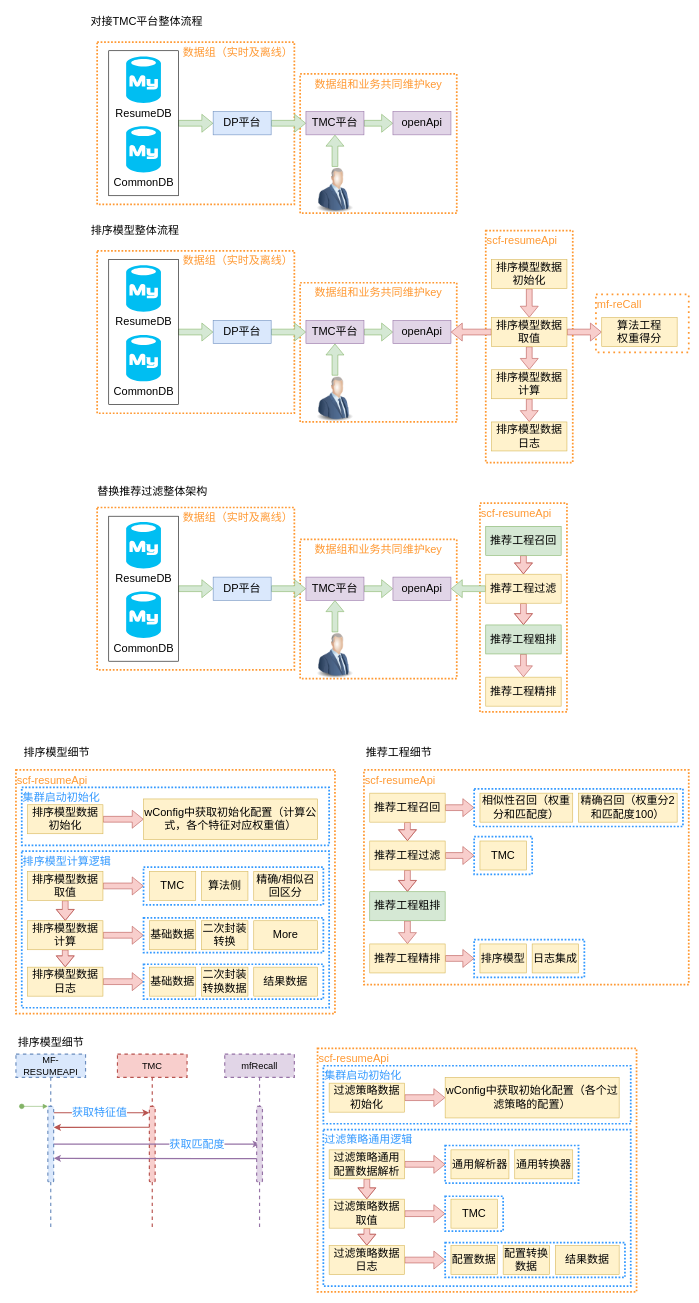
The draw.io diagram 简历打分.drawio in LuOyEbY/draw-b, before the edit. Source tidied: cells renumbered, new cells numbered last; positions are measured from the earlier drawing's top-left corner, leaving out a move shared by most shapes. Both pictures are drawn from the tidied source at 58%, with x=0, y=0 at pixel (10, 10).
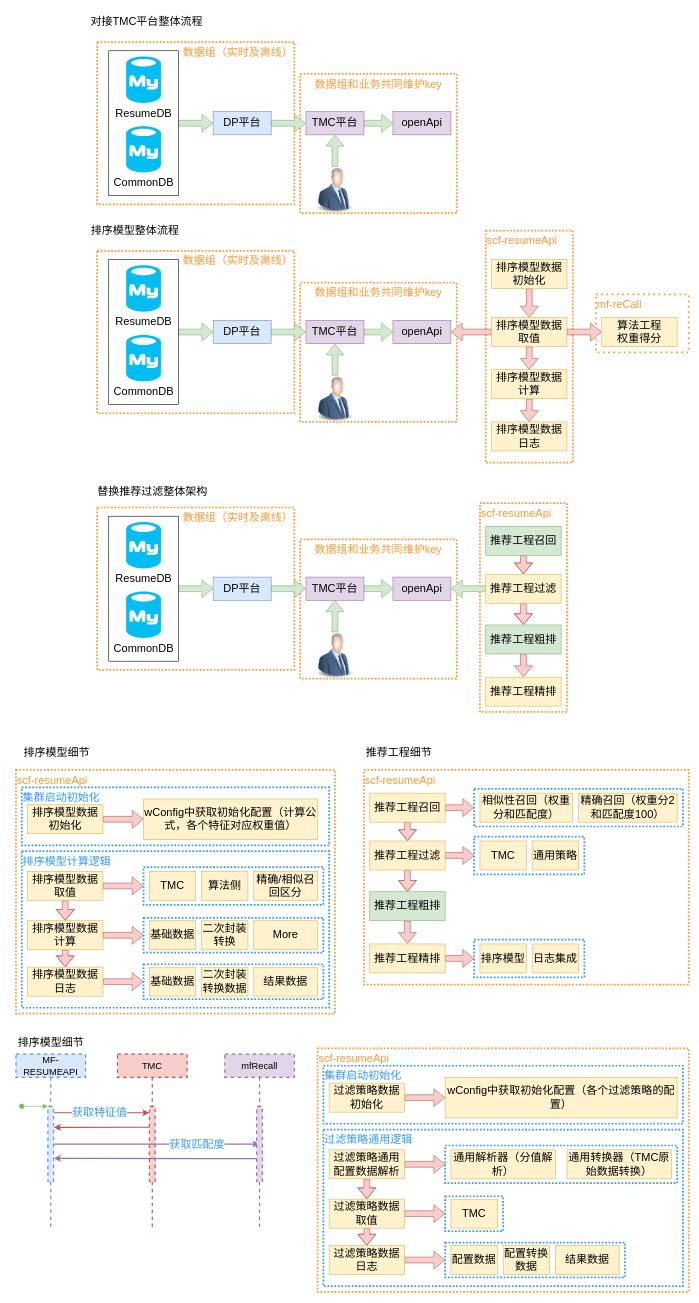
The same diagram, later.

Commit message:
更新简历打分.drawio

What changed in the source:
```diff
@@
     <mxCell id="104" style="rounded=0;whiteSpace=wrap;html=1;dashed=1;dashPattern=1 1;strokeColor=#3399FF;strokeWidth=3;fontSize=19;fontColor=#3399FF;" parent="1" vertex="1">
-      <mxGeometry x="800" y="1425" width="100" height="65" as="geometry" />
+      <mxGeometry x="800" y="1425" width="190" height="65" as="geometry" />
     </mxCell>
@@
     <mxCell id="126" value="scf-resumeApi" style="rounded=0;whiteSpace=wrap;html=1;fontSize=19;dashed=1;dashPattern=1 1;strokeWidth=3;strokeColor=#FF9933;align=left;verticalAlign=top;fontColor=#FF9933;" parent="1" vertex="1">
-      <mxGeometry x="530" y="1790" width="550" height="420" as="geometry" />
+      <mxGeometry x="530" y="1790" width="640" height="420" as="geometry" />
     </mxCell>
     <mxCell id="127" value="过滤策略通用逻辑" style="rounded=0;whiteSpace=wrap;html=1;dashed=1;dashPattern=1 1;strokeColor=#3399FF;strokeWidth=3;fontSize=19;fontColor=#3399FF;align=left;verticalAlign=top;" parent="1" vertex="1">
-      <mxGeometry x="540" y="1930" width="530" height="270" as="geometry" />
+      <mxGeometry x="540" y="1930" width="620" height="270" as="geometry" />
     </mxCell>
     <mxCell id="128" value="集群启动初始化" style="rounded=0;whiteSpace=wrap;html=1;dashed=1;dashPattern=1 1;strokeColor=#3399FF;strokeWidth=3;fontSize=19;fontColor=#3399FF;align=left;verticalAlign=top;" parent="1" vertex="1">
-      <mxGeometry x="540" y="1820" width="530" height="100" as="geometry" />
+      <mxGeometry x="540" y="1820" width="620" height="100" as="geometry" />
     </mxCell>
@@
     <mxCell id="139" value="wConfig中获取初始化配置（各个过滤策略的配置）" style="rounded=0;whiteSpace=wrap;html=1;fontSize=19;fillColor=#fff2cc;strokeColor=#d6b656;" parent="1" vertex="1">
-      <mxGeometry x="750" y="1840" width="300" height="70" as="geometry" />
+      <mxGeometry x="750" y="1840" width="400" height="70" as="geometry" />
     </mxCell>
     <mxCell id="140" style="rounded=0;whiteSpace=wrap;html=1;dashed=1;dashPattern=1 1;strokeColor=#3399FF;strokeWidth=3;fontSize=19;fontColor=#3399FF;" parent="1" vertex="1">
-      <mxGeometry x="750" y="1957.5" width="230" height="65" as="geometry" />
+      <mxGeometry x="750" y="1957.5" width="400" height="65" as="geometry" />
     </mxCell>
-    <mxCell id="141" value="通用解析器" style="rounded=0;whiteSpace=wrap;html=1;fontSize=19;fillColor=#fff2cc;strokeColor=#d6b656;" parent="1" vertex="1">
-      <mxGeometry x="760" y="1965" width="100" height="50" as="geometry" />
+    <mxCell id="141" value="通用解析器（分值解析）" style="rounded=0;whiteSpace=wrap;html=1;fontSize=19;fillColor=#fff2cc;strokeColor=#d6b656;" parent="1" vertex="1">
+      <mxGeometry x="760" y="1965" width="180" height="50" as="geometry" />
     </mxCell>
@@
-    <mxCell id="148" value="通用转换器" style="rounded=0;whiteSpace=wrap;html=1;fontSize=19;fillColor=#fff2cc;strokeColor=#d6b656;" parent="1" vertex="1">
-      <mxGeometry x="870" y="1965" width="100" height="50" as="geometry" />
+    <mxCell id="148" value="通用转换器（TMC原始数据转换）" style="rounded=0;whiteSpace=wrap;html=1;fontSize=19;fillColor=#fff2cc;strokeColor=#d6b656;" parent="1" vertex="1">
+      <mxGeometry x="960" y="1965" width="180" height="50" as="geometry" />
     </mxCell>
+    <mxCell id="149" value="通用策略" style="rounded=0;whiteSpace=wrap;html=1;fontSize=19;fillColor=#fff2cc;strokeColor=#d6b656;" parent="1" vertex="1">
+      <mxGeometry x="900" y="1432.5" width="80" height="50" as="geometry" />
+    </mxCell>
```
